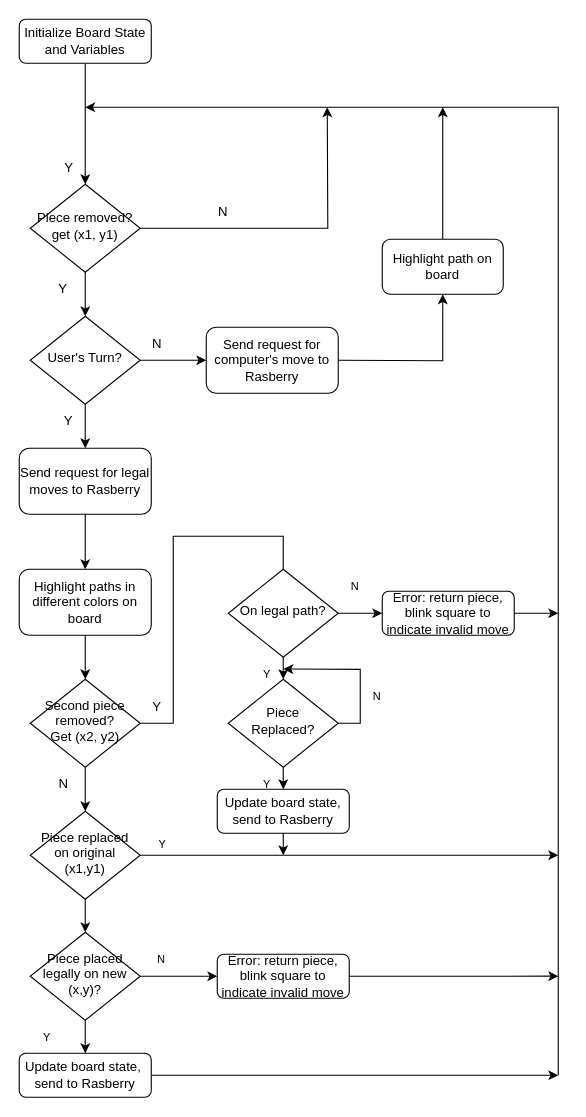
This is Arduino/mainLoop.drawio from jtsang02/leetChess, a draw.io file, before an edit. Source tidied: cells renumbered, new cells numbered last; positions are measured from the earlier drawing's top-left corner, leaving out a move shared by most shapes. Both pictures are drawn from the tidied source at 110%, with x=0, y=0 at pixel (19, 19).
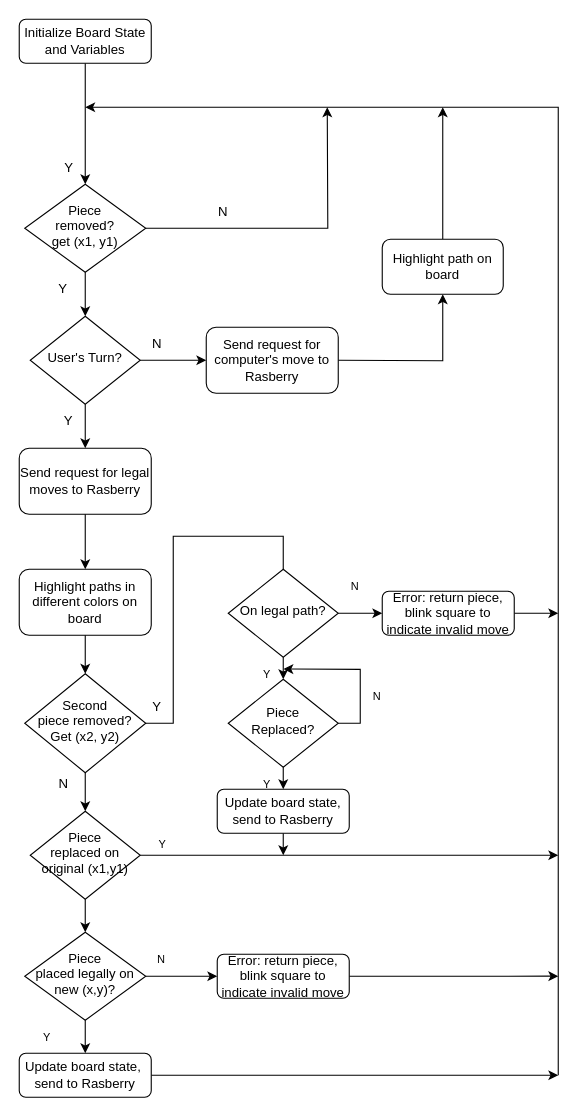
The same diagram, later.

Change to the diagram source:
```diff
@@
-    <mxCell id="2" value="Piece removed?&lt;br&gt;get (x1, y1)" style="rhombus;whiteSpace=wrap;html=1;shadow=0;fontFamily=Helvetica;fontSize=12;align=center;strokeWidth=1;spacing=6;spacingTop=-4;" parent="1" vertex="1">
-      <mxGeometry x="10" y="150" width="100" height="80" as="geometry" />
+    <mxCell id="2" value="Piece &lt;br&gt;removed?&lt;br&gt;get (x1, y1)" style="rhombus;whiteSpace=wrap;html=1;shadow=0;fontFamily=Helvetica;fontSize=12;align=center;strokeWidth=1;spacing=6;spacingTop=-4;" parent="1" vertex="1">
+      <mxGeometry x="5" y="150" width="110" height="80" as="geometry" />
     </mxCell>
@@
-    <mxCell id="19" value="Second piece removed? &lt;br&gt;Get (x2, y2)" style="rhombus;whiteSpace=wrap;html=1;shadow=0;fontFamily=Helvetica;fontSize=12;align=center;strokeWidth=1;spacing=6;spacingTop=-4;" parent="1" vertex="1">
-      <mxGeometry x="10" y="600" width="100" height="80" as="geometry" />
+    <mxCell id="19" value="Second &lt;br&gt;piece removed? &lt;br&gt;Get (x2, y2)" style="rhombus;whiteSpace=wrap;html=1;shadow=0;fontFamily=Helvetica;fontSize=12;align=center;strokeWidth=1;spacing=6;spacingTop=-4;" parent="1" vertex="1">
+      <mxGeometry x="5" y="595" width="110" height="90" as="geometry" />
     </mxCell>
@@
-    <mxCell id="24" value="Piece replaced on original (x1,y1)" style="rhombus;whiteSpace=wrap;html=1;shadow=0;fontFamily=Helvetica;fontSize=12;align=center;strokeWidth=1;spacing=6;spacingTop=-4;" parent="1" vertex="1">
+    <mxCell id="24" value="Piece &lt;br&gt;replaced on original (x1,y1)" style="rhombus;whiteSpace=wrap;html=1;shadow=0;fontFamily=Helvetica;fontSize=12;align=center;strokeWidth=1;spacing=6;spacingTop=-4;" parent="1" vertex="1">
       <mxGeometry x="10" y="720" width="100" height="80" as="geometry" />
     </mxCell>
@@
-    <mxCell id="43" value="Piece placed legally on new (x,y)?" style="rhombus;whiteSpace=wrap;html=1;shadow=0;fontFamily=Helvetica;fontSize=12;align=center;strokeWidth=1;spacing=6;spacingTop=-4;" parent="1" vertex="1">
-      <mxGeometry x="10" y="830" width="100" height="80" as="geometry" />
+    <mxCell id="43" value="Piece &lt;br&gt;placed legally on new (x,y)?" style="rhombus;whiteSpace=wrap;html=1;shadow=0;fontFamily=Helvetica;fontSize=12;align=center;strokeWidth=1;spacing=6;spacingTop=-4;" parent="1" vertex="1">
+      <mxGeometry x="5" y="830" width="110" height="80" as="geometry" />
     </mxCell>
```
